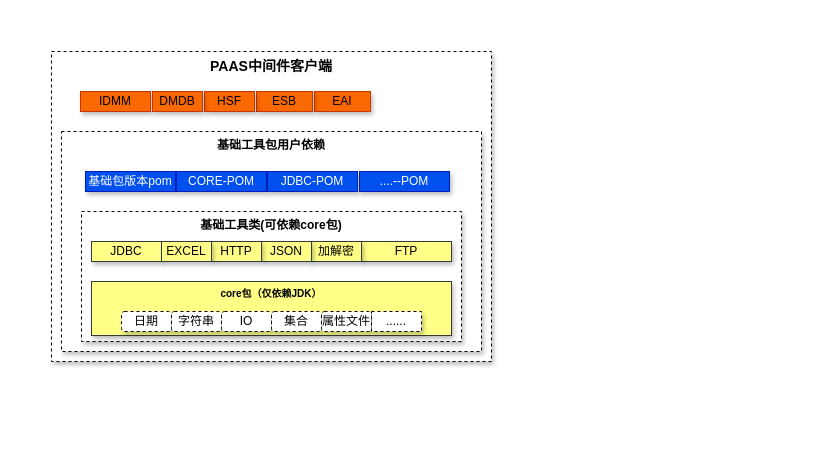
The draw.io diagram page "组件及开发框架演进" (12 of 12) of 微服务.drawio in qymmdj/draw-io, before the edit. Source tidied: cells renumbered, new cells numbered last; positions are measured from the earlier drawing's top-left corner, leaving out a move shared by most shapes. Both pictures are drawn from the tidied source at 100%, with x=0, y=0 at pixel (51, 51).
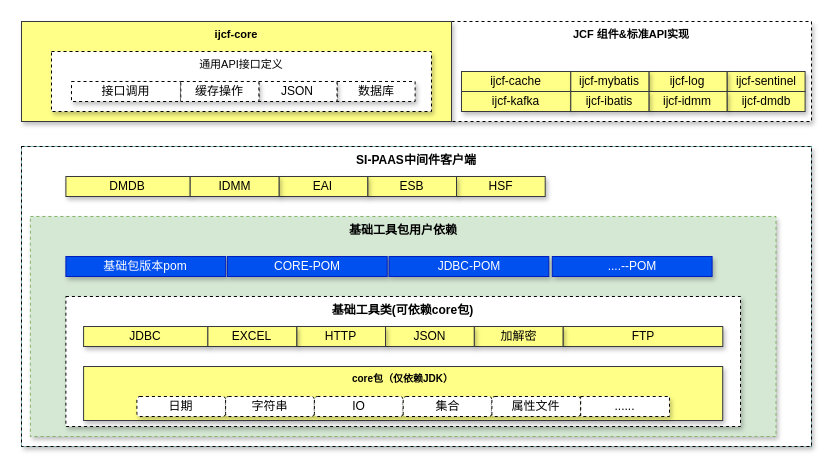
The same page after the edit.

Commit message:
更新微服务.drawio

The edit, as a diff of the source:
```diff
@@
-    <mxCell id="2" value="PAAS中间件客户端" style="rounded=0;whiteSpace=wrap;html=1;shadow=1;glass=0;sketch=0;dashed=1;verticalAlign=top;fontStyle=1;fontSize=14;" parent="1" vertex="1">
-      <mxGeometry width="440" height="310" as="geometry" />
-    </mxCell>
+    <mxCell id="27" value="JCF 组件&amp;amp;标准API实现" style="rounded=0;whiteSpace=wrap;html=1;shadow=1;glass=0;sketch=0;fontSize=11;verticalAlign=top;fontStyle=1;dashed=1;" parent="1" vertex="1">
+      <mxGeometry x="400" y="-30" width="360" height="100" as="geometry" />
+    </mxCell>
+    <mxCell id="28" value="ijcf-core" style="rounded=0;whiteSpace=wrap;html=1;shadow=1;glass=0;sketch=0;fontSize=11;verticalAlign=top;fontStyle=1;fillColor=#ffff88;strokeColor=#36393d;" parent="1" vertex="1">
+      <mxGeometry x="-30" y="-30" width="430" height="100" as="geometry" />
+    </mxCell>
+    <mxCell id="29" value="通用API接口定义" style="rounded=0;whiteSpace=wrap;html=1;shadow=1;glass=0;sketch=0;fontSize=11;verticalAlign=top;dashed=1;" parent="1" vertex="1">
+      <mxGeometry width="380" height="60" as="geometry" />
+    </mxCell>
+    <mxCell id="30" style="group;fillColor=#b0e3e6;strokeColor=#0e8088;" parent="1" vertex="1">
+      <mxGeometry x="-30" y="95" width="790" height="300" as="geometry" />
+    </mxCell>
+    <mxCell id="31" value="SI-PAAS中间件客户端" style="rounded=0;whiteSpace=wrap;html=1;shadow=1;glass=0;sketch=0;dashed=1;verticalAlign=top;fontStyle=1;fontSize=12;" parent="30" vertex="1">
+      <mxGeometry width="790" height="300" as="geometry" />
+    </mxCell>
-    <mxCell id="3" value="基础工具包用户依赖" style="rounded=0;whiteSpace=wrap;html=1;shadow=1;glass=0;sketch=0;dashed=1;verticalAlign=top;fontStyle=1;fontSize=12;" parent="1" vertex="1">
-      <mxGeometry x="10" y="80" width="420" height="220" as="geometry" />
+    <mxCell id="3" value="基础工具包用户依赖" style="rounded=0;whiteSpace=wrap;html=1;shadow=1;glass=0;sketch=0;dashed=1;verticalAlign=top;fontStyle=1;fontSize=12;fillColor=#d5e8d4;strokeColor=#82b366;" parent="30" vertex="1">
+      <mxGeometry x="8.9" y="70" width="745.6" height="220" as="geometry" />
     </mxCell>
-    <mxCell id="4" value="基础工具类(可依赖core包)" style="rounded=0;whiteSpace=wrap;html=1;shadow=1;glass=0;sketch=0;dashed=1;verticalAlign=top;fontStyle=1;fontSize=12;" parent="1" vertex="1">
-      <mxGeometry x="30" y="160" width="380" height="130" as="geometry" />
+    <mxCell id="4" value="基础工具类(可依赖core包)" style="rounded=0;whiteSpace=wrap;html=1;shadow=1;glass=0;sketch=0;dashed=1;verticalAlign=top;fontStyle=1;fontSize=12;" parent="30" vertex="1">
+      <mxGeometry x="44.4" y="150" width="674.6" height="130" as="geometry" />
     </mxCell>
-    <mxCell id="5" value="&lt;font style=&quot;font-size: 10px;&quot;&gt;core包（仅依赖JDK）&lt;/font&gt;" style="rounded=0;whiteSpace=wrap;html=1;shadow=1;verticalAlign=top;fillColor=#ffff88;strokeColor=#36393d;fontStyle=1;fontSize=10;" parent="1" vertex="1">
-      <mxGeometry x="40" y="230" width="360" height="54" as="geometry" />
-    </mxCell>
-    <mxCell id="6" value="日期" style="rounded=1;whiteSpace=wrap;html=1;shadow=1;dashed=1;" parent="1" vertex="1">
-      <mxGeometry x="70" y="260" width="50" height="20" as="geometry" />
-    </mxCell>
-    <mxCell id="7" value="字符串" style="rounded=1;whiteSpace=wrap;html=1;shadow=1;glass=0;sketch=0;dashed=1;" parent="1" vertex="1">
-      <mxGeometry x="120" y="260" width="50" height="20" as="geometry" />
-    </mxCell>
-    <mxCell id="8" value="FTP" style="rounded=0;whiteSpace=wrap;html=1;shadow=1;fillColor=#ffff88;strokeColor=#36393d;" parent="1" vertex="1">
-      <mxGeometry x="310" y="190" width="90" height="20" as="geometry" />
+    <mxCell id="8" value="FTP" style="rounded=0;whiteSpace=wrap;html=1;shadow=1;fillColor=#ffff88;strokeColor=#36393d;" parent="30" vertex="1">
+      <mxGeometry x="541.5" y="180" width="159.8" height="20" as="geometry" />
     </mxCell>
-    <mxCell id="9" value="加解密" style="rounded=0;whiteSpace=wrap;html=1;shadow=1;fillColor=#ffff88;strokeColor=#36393d;" parent="1" vertex="1">
-      <mxGeometry x="260" y="190" width="50" height="20" as="geometry" />
+    <mxCell id="9" value="加解密" style="rounded=0;whiteSpace=wrap;html=1;shadow=1;fillColor=#ffff88;strokeColor=#36393d;" parent="30" vertex="1">
+      <mxGeometry x="452.7" y="180" width="88.8" height="20" as="geometry" />
     </mxCell>
-    <mxCell id="10" value="JSON" style="rounded=0;whiteSpace=wrap;html=1;shadow=1;fillColor=#ffff88;strokeColor=#36393d;" parent="1" vertex="1">
-      <mxGeometry x="210" y="190" width="50" height="20" as="geometry" />
+    <mxCell id="10" value="JSON" style="rounded=0;whiteSpace=wrap;html=1;shadow=1;fillColor=#ffff88;strokeColor=#36393d;" parent="30" vertex="1">
+      <mxGeometry x="363.9" y="180" width="88.8" height="20" as="geometry" />
     </mxCell>
-    <mxCell id="11" value="HTTP" style="rounded=0;whiteSpace=wrap;html=1;shadow=1;fillColor=#ffff88;strokeColor=#36393d;" parent="1" vertex="1">
-      <mxGeometry x="160" y="190" width="50" height="20" as="geometry" />
+    <mxCell id="11" value="HTTP" style="rounded=0;whiteSpace=wrap;html=1;shadow=1;fillColor=#ffff88;strokeColor=#36393d;" parent="30" vertex="1">
+      <mxGeometry x="275.2" y="180" width="88.8" height="20" as="geometry" />
     </mxCell>
-    <mxCell id="12" value="IO" style="rounded=1;whiteSpace=wrap;html=1;shadow=1;glass=0;sketch=0;dashed=1;" parent="1" vertex="1">
-      <mxGeometry x="170" y="260" width="50" height="20" as="geometry" />
-    </mxCell>
-    <mxCell id="13" value="集合" style="rounded=1;whiteSpace=wrap;html=1;shadow=1;glass=0;sketch=0;dashed=1;" parent="1" vertex="1">
-      <mxGeometry x="220" y="260" width="50" height="20" as="geometry" />
-    </mxCell>
-    <mxCell id="14" value="属性文件" style="rounded=1;whiteSpace=wrap;html=1;shadow=1;glass=0;sketch=0;dashed=1;" parent="1" vertex="1">
-      <mxGeometry x="270" y="260" width="50" height="20" as="geometry" />
-    </mxCell>
-    <mxCell id="15" value="JDBC" style="rounded=0;whiteSpace=wrap;html=1;shadow=1;fillColor=#ffff88;strokeColor=#36393d;" parent="1" vertex="1">
-      <mxGeometry x="40" y="190" width="70" height="20" as="geometry" />
+    <mxCell id="15" value="JDBC" style="rounded=0;whiteSpace=wrap;html=1;shadow=1;fillColor=#ffff88;strokeColor=#36393d;" parent="30" vertex="1">
+      <mxGeometry x="62.1" y="180" width="124.3" height="20" as="geometry" />
     </mxCell>
-    <mxCell id="16" value="EXCEL" style="rounded=0;whiteSpace=wrap;html=1;shadow=1;fillColor=#ffff88;strokeColor=#36393d;" parent="1" vertex="1">
-      <mxGeometry x="110" y="190" width="50" height="20" as="geometry" />
+    <mxCell id="16" value="EXCEL" style="rounded=0;whiteSpace=wrap;html=1;shadow=1;fillColor=#ffff88;strokeColor=#36393d;" parent="30" vertex="1">
+      <mxGeometry x="186.4" y="180" width="88.8" height="20" as="geometry" />
     </mxCell>
-    <mxCell id="17" value="......" style="rounded=0;whiteSpace=wrap;html=1;shadow=1;dashed=1;" parent="1" vertex="1">
-      <mxGeometry x="320" y="260" width="50" height="20" as="geometry" />
-    </mxCell>
-    <mxCell id="18" value="基础包版本pom" style="rounded=0;whiteSpace=wrap;html=1;shadow=1;fillColor=#0050ef;fontColor=#ffffff;strokeColor=#001DBC;" parent="1" vertex="1">
-      <mxGeometry x="34" y="120" width="90" height="20" as="geometry" />
+    <mxCell id="18" value="基础包版本pom" style="rounded=0;whiteSpace=wrap;html=1;shadow=1;fillColor=#0050ef;fontColor=#ffffff;strokeColor=#001DBC;" parent="30" vertex="1">
+      <mxGeometry x="44.4" y="110" width="159.8" height="20" as="geometry" />
     </mxCell>
-    <mxCell id="19" value="CORE-POM" style="rounded=0;whiteSpace=wrap;html=1;shadow=1;fillColor=#0050ef;strokeColor=#001DBC;fontColor=#ffffff;" parent="1" vertex="1">
-      <mxGeometry x="125" y="120" width="90" height="20" as="geometry" />
+    <mxCell id="19" value="CORE-POM" style="rounded=0;whiteSpace=wrap;html=1;shadow=1;fillColor=#0050ef;strokeColor=#001DBC;fontColor=#ffffff;" parent="30" vertex="1">
+      <mxGeometry x="205.9" y="110" width="159.8" height="20" as="geometry" />
     </mxCell>
-    <mxCell id="20" value="JDBC-POM" style="rounded=0;whiteSpace=wrap;html=1;shadow=1;fillColor=#0050ef;strokeColor=#001DBC;fontColor=#ffffff;" parent="1" vertex="1">
-      <mxGeometry x="216" y="120" width="90" height="20" as="geometry" />
+    <mxCell id="20" value="JDBC-POM" style="rounded=0;whiteSpace=wrap;html=1;shadow=1;fillColor=#0050ef;strokeColor=#001DBC;fontColor=#ffffff;" parent="30" vertex="1">
+      <mxGeometry x="367.5" y="110" width="159.8" height="20" as="geometry" />
     </mxCell>
-    <mxCell id="21" value="....--POM" style="rounded=0;whiteSpace=wrap;html=1;shadow=1;fillColor=#0050ef;strokeColor=#001DBC;fontColor=#ffffff;" parent="1" vertex="1">
-      <mxGeometry x="308" y="120" width="90" height="20" as="geometry" />
+    <mxCell id="21" value="....--POM" style="rounded=0;whiteSpace=wrap;html=1;shadow=1;fillColor=#0050ef;strokeColor=#001DBC;fontColor=#ffffff;" parent="30" vertex="1">
+      <mxGeometry x="530.8" y="110" width="159.8" height="20" as="geometry" />
     </mxCell>
+    <mxCell id="24" value="HSF" style="rounded=0;whiteSpace=wrap;html=1;shadow=1;fillColor=#ffff88;strokeColor=#36393d;" parent="30" vertex="1">
+      <mxGeometry x="434.9" y="30" width="88.8" height="20" as="geometry" />
+    </mxCell>
+    <mxCell id="23" value="ESB" style="rounded=0;whiteSpace=wrap;html=1;shadow=1;fillColor=#ffff88;strokeColor=#36393d;" parent="30" vertex="1">
+      <mxGeometry x="346.2" y="30" width="88.8" height="20" as="geometry" />
+    </mxCell>
-    <mxCell id="22" value="EAI" style="rounded=0;whiteSpace=wrap;html=1;shadow=1;fillColor=#fa6800;strokeColor=#C73500;fontColor=#000000;" parent="1" vertex="1">
-      <mxGeometry x="263" y="40" width="56" height="20" as="geometry" />
+    <mxCell id="22" value="EAI" style="rounded=0;whiteSpace=wrap;html=1;shadow=1;fillColor=#ffff88;strokeColor=#36393d;" parent="30" vertex="1">
+      <mxGeometry x="257.4" y="30" width="88.8" height="20" as="geometry" />
     </mxCell>
-    <mxCell id="23" value="ESB" style="rounded=0;whiteSpace=wrap;html=1;shadow=1;fillColor=#fa6800;strokeColor=#C73500;fontColor=#000000;" parent="1" vertex="1">
-      <mxGeometry x="205" y="40" width="56" height="20" as="geometry" />
-    </mxCell>
-    <mxCell id="24" value="HSF" style="rounded=0;whiteSpace=wrap;html=1;shadow=1;fillColor=#fa6800;strokeColor=#C73500;fontColor=#000000;" parent="1" vertex="1">
-      <mxGeometry x="153" y="40" width="50" height="20" as="geometry" />
-    </mxCell>
+    <mxCell id="26" value="DMDB" style="rounded=0;whiteSpace=wrap;html=1;shadow=1;fillColor=#ffff88;strokeColor=#36393d;" parent="30" vertex="1">
+      <mxGeometry x="44.4" y="30" width="124.3" height="20" as="geometry" />
+    </mxCell>
-    <mxCell id="25" value="IDMM" style="rounded=0;whiteSpace=wrap;html=1;shadow=1;fillColor=#fa6800;strokeColor=#C73500;fontColor=#000000;" parent="1" vertex="1">
-      <mxGeometry x="29" y="40" width="70" height="20" as="geometry" />
+    <mxCell id="25" value="IDMM" style="rounded=0;whiteSpace=wrap;html=1;shadow=1;fillColor=#ffff88;strokeColor=#36393d;" parent="30" vertex="1">
+      <mxGeometry x="168.7" y="30" width="88.8" height="20" as="geometry" />
     </mxCell>
-    <mxCell id="26" value="DMDB" style="rounded=0;whiteSpace=wrap;html=1;shadow=1;fillColor=#fa6800;strokeColor=#C73500;fontColor=#000000;" parent="1" vertex="1">
-      <mxGeometry x="101" y="40" width="50" height="20" as="geometry" />
-    </mxCell>
+    <mxCell id="32" style="group;" parent="30" vertex="1">
+      <mxGeometry x="62.1" y="220" width="639.1" height="54" as="geometry" />
+    </mxCell>
+    <mxCell id="5" value="&lt;font style=&quot;font-size: 10px;&quot;&gt;core包（仅依赖JDK）&lt;/font&gt;" style="rounded=0;whiteSpace=wrap;html=1;shadow=1;verticalAlign=top;fillColor=#ffff88;strokeColor=#36393d;fontStyle=1;fontSize=10;" parent="32" vertex="1">
+      <mxGeometry width="639.1" height="54" as="geometry" />
+    </mxCell>
+    <mxCell id="6" value="日期" style="rounded=1;whiteSpace=wrap;html=1;shadow=1;dashed=1;" parent="32" vertex="1">
+      <mxGeometry x="53.3" y="30" width="88.8" height="20" as="geometry" />
+    </mxCell>
+    <mxCell id="7" value="字符串" style="rounded=1;whiteSpace=wrap;html=1;shadow=1;glass=0;sketch=0;dashed=1;" parent="32" vertex="1">
+      <mxGeometry x="142" y="30" width="88.8" height="20" as="geometry" />
+    </mxCell>
+    <mxCell id="12" value="IO" style="rounded=1;whiteSpace=wrap;html=1;shadow=1;glass=0;sketch=0;dashed=1;" parent="32" vertex="1">
+      <mxGeometry x="230.8" y="30" width="88.8" height="20" as="geometry" />
+    </mxCell>
+    <mxCell id="13" value="集合" style="rounded=1;whiteSpace=wrap;html=1;shadow=1;glass=0;sketch=0;dashed=1;" parent="32" vertex="1">
+      <mxGeometry x="319.6" y="30" width="88.8" height="20" as="geometry" />
+    </mxCell>
+    <mxCell id="14" value="属性文件" style="rounded=1;whiteSpace=wrap;html=1;shadow=1;glass=0;sketch=0;dashed=1;" parent="32" vertex="1">
+      <mxGeometry x="408.3" y="30" width="88.8" height="20" as="geometry" />
+    </mxCell>
+    <mxCell id="17" value="......" style="rounded=0;whiteSpace=wrap;html=1;shadow=1;dashed=1;" parent="32" vertex="1">
+      <mxGeometry x="497.1" y="30" width="88.8" height="20" as="geometry" />
+    </mxCell>
+    <mxCell id="33" value="数据库" style="rounded=0;whiteSpace=wrap;html=1;shadow=1;dashed=1;" parent="1" vertex="1">
+      <mxGeometry x="285.5" y="30" width="78.1" height="20" as="geometry" />
+    </mxCell>
+    <mxCell id="34" value="JSON" style="rounded=0;whiteSpace=wrap;html=1;shadow=1;dashed=1;" parent="1" vertex="1">
+      <mxGeometry x="207.4" y="30" width="78.1" height="20" as="geometry" />
+    </mxCell>
+    <mxCell id="35" value="接口调用" style="rounded=0;whiteSpace=wrap;html=1;shadow=1;dashed=1;" parent="1" vertex="1">
+      <mxGeometry x="20" y="30" width="109.3" height="20" as="geometry" />
+    </mxCell>
+    <mxCell id="36" value="缓存操作" style="rounded=0;whiteSpace=wrap;html=1;shadow=1;dashed=1;" parent="1" vertex="1">
+      <mxGeometry x="129.3" y="30" width="78.1" height="20" as="geometry" />
+    </mxCell>
+    <mxCell id="37" value="ijcf-sentinel" style="rounded=0;whiteSpace=wrap;html=1;shadow=1;fillColor=#ffff88;strokeColor=#36393d;" parent="1" vertex="1">
+      <mxGeometry x="675.5" y="20" width="78.1" height="20" as="geometry" />
+    </mxCell>
+    <mxCell id="38" value="ijcf-log" style="rounded=0;whiteSpace=wrap;html=1;shadow=1;fillColor=#ffff88;strokeColor=#36393d;" parent="1" vertex="1">
+      <mxGeometry x="597.4" y="20" width="78.1" height="20" as="geometry" />
+    </mxCell>
+    <mxCell id="39" value="ijcf-cache" style="rounded=0;whiteSpace=wrap;html=1;shadow=1;fillColor=#ffff88;strokeColor=#36393d;" parent="1" vertex="1">
+      <mxGeometry x="410" y="20" width="109.3" height="20" as="geometry" />
+    </mxCell>
+    <mxCell id="40" value="ijcf-mybatis" style="rounded=0;whiteSpace=wrap;html=1;shadow=1;fillColor=#ffff88;strokeColor=#36393d;" parent="1" vertex="1">
+      <mxGeometry x="519.3" y="20" width="78.1" height="20" as="geometry" />
+    </mxCell>
+    <mxCell id="41" value="ijcf-dmdb" style="rounded=0;whiteSpace=wrap;html=1;shadow=1;fillColor=#ffff88;strokeColor=#36393d;" parent="1" vertex="1">
+      <mxGeometry x="675.5" y="40" width="78.1" height="20" as="geometry" />
+    </mxCell>
+    <mxCell id="42" value="ijcf-idmm" style="rounded=0;whiteSpace=wrap;html=1;shadow=1;fillColor=#ffff88;strokeColor=#36393d;" parent="1" vertex="1">
+      <mxGeometry x="597.4" y="40" width="78.1" height="20" as="geometry" />
+    </mxCell>
+    <mxCell id="43" value="ijcf-kafka" style="rounded=0;whiteSpace=wrap;html=1;shadow=1;fillColor=#ffff88;strokeColor=#36393d;" parent="1" vertex="1">
+      <mxGeometry x="410" y="40" width="109.3" height="20" as="geometry" />
+    </mxCell>
+    <mxCell id="44" value="ijcf-ibatis" style="rounded=0;whiteSpace=wrap;html=1;shadow=1;fillColor=#ffff88;strokeColor=#36393d;" parent="1" vertex="1">
+      <mxGeometry x="519.3" y="40" width="78.1" height="20" as="geometry" />
+    </mxCell>
```
